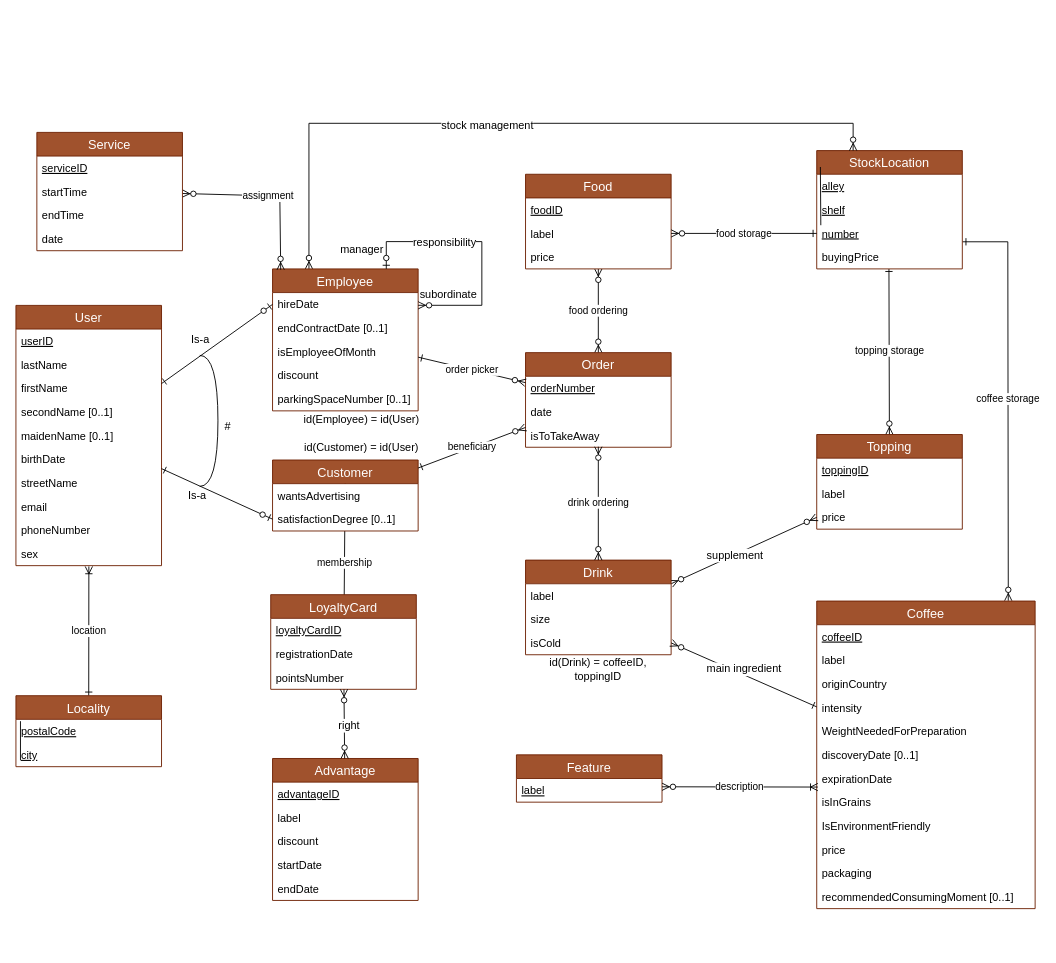
DrakeXorn/CoffIG keeps this draw.io diagram as SchemaEA.drawio. Above is the earlier version. Source tidied: cells renumbered, new cells numbered last; positions are measured from the earlier drawing's top-left corner, leaving out a move shared by most shapes. Both pictures are drawn from the tidied source at 91%, with x=0, y=0 at pixel (15, 123).
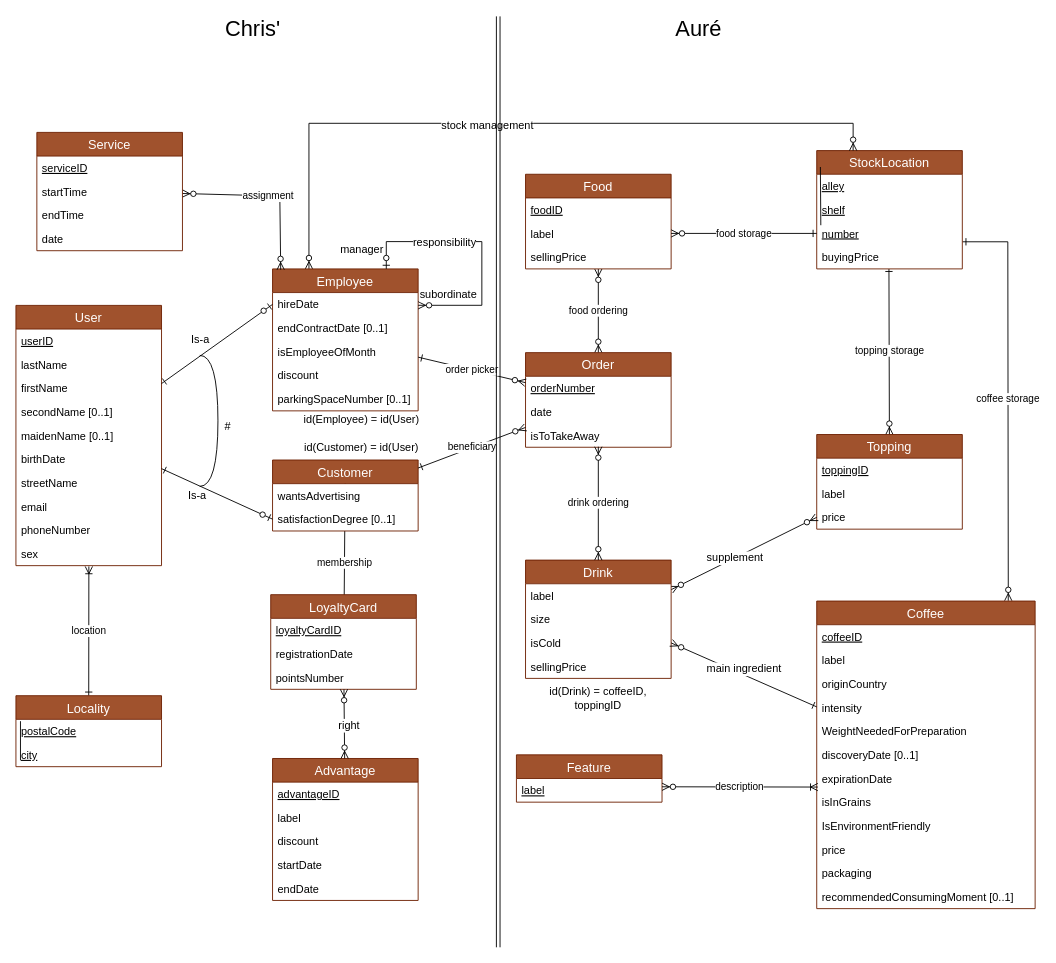
The same diagram, later.

Commit message (it also covers changes not shown here):
Update des fichiers suite à l'entrevue avec Mme Bertrand

The change refers to these unchanged cells:
```xml
<mxCell id="7" value="Food" style="swimlane;fontStyle=0;horizontal=1;startSize=26;fillColor=#a0522d;swimlaneFillColor=#ffffff;align=center;fontSize=14;strokeColor=#6D1F00;fontColor=#ffffff;" parent="1" vertex="1">
  <mxGeometry x="560" y="56" width="160" height="104" as="geometry" />
</mxCell>
```

Change to the diagram source:
```diff
@@
-    <mxCell id="10" value="price" style="text;strokeColor=none;fillColor=none;spacingLeft=4;spacingRight=4;overflow=hidden;points=[[0,0.5],[1,0.5]];portConstraint=eastwest;fontSize=12;" parent="7" vertex="1">
+    <mxCell id="10" value="sellingPrice" style="text;strokeColor=none;fillColor=none;spacingLeft=4;spacingRight=4;overflow=hidden;points=[[0,0.5],[1,0.5]];portConstraint=eastwest;fontSize=12;" parent="7" vertex="1">
       <mxGeometry y="78" width="160" height="26" as="geometry" />
     </mxCell>
@@
     <mxCell id="18" value="Drink" style="swimlane;fontStyle=0;horizontal=1;startSize=26;fillColor=#a0522d;swimlaneFillColor=#ffffff;align=center;fontSize=14;strokeColor=#6D1F00;fontColor=#ffffff;" parent="1" vertex="1">
-      <mxGeometry x="560" y="480" width="160" height="104" as="geometry" />
+      <mxGeometry x="560" y="480" width="160" height="130" as="geometry" />
     </mxCell>
@@
+    <mxCell id="110" value="sellingPrice" style="text;strokeColor=none;fillColor=none;spacingLeft=4;spacingRight=4;overflow=hidden;fontSize=12;" parent="18" vertex="1">
+      <mxGeometry y="104" width="160" height="26" as="geometry" />
+    </mxCell>
@@
     <mxCell id="43" value="id(Drink) = coffeeID, toppingID" style="text;html=1;strokeColor=none;fillColor=none;align=center;verticalAlign=middle;whiteSpace=wrap;rounded=0;" parent="1" vertex="1">
-      <mxGeometry x="565" y="590" width="150" height="20" as="geometry" />
+      <mxGeometry x="565" y="622" width="150" height="20" as="geometry" />
     </mxCell>
@@
+    <mxCell id="111" style="shape=link;html=1;" parent="1" edge="1">
+      <mxGeometry relative="1" as="geometry">
+        <mxPoint x="530" y="-117.5" as="sourcePoint" />
+        <mxPoint x="530" y="905.5" as="targetPoint" />
+      </mxGeometry>
+    </mxCell>
+    <mxCell id="112" value="&lt;font style=&quot;font-size: 24px&quot;&gt;Chris'&lt;/font&gt;" style="text;html=1;align=center;verticalAlign=middle;" parent="1" vertex="1">
+      <mxGeometry x="220" y="-113" width="80" height="20" as="geometry" />
+    </mxCell>
+    <mxCell id="113" value="&lt;font style=&quot;font-size: 24px&quot;&gt;Auré&lt;/font&gt;" style="text;html=1;align=center;verticalAlign=middle;" parent="1" vertex="1">
+      <mxGeometry x="715" y="-113" width="70" height="20" as="geometry" />
+    </mxCell>
```
